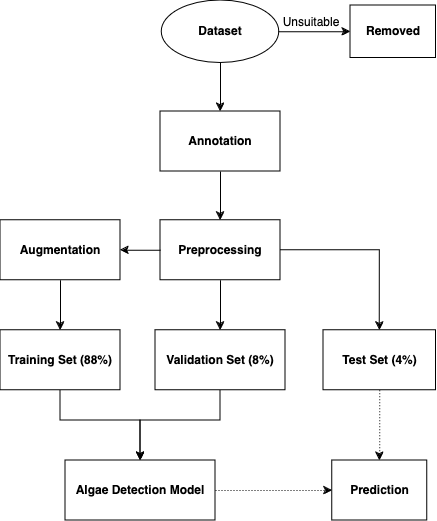
Earlier version of the draw.io export assets/diagrams/dataset_flowchart.png (lynkos/algae-detection). Source tidied: cells renumbered, new cells last; positions are measured from the earlier drawing's top-left corner, leaving out a move shared by most shapes. The source it was exported from:
```xml
<mxGraphModel>
  <root>
    <mxCell id="0" />
    <mxCell id="1" parent="0" />
    <mxCell id="2" value="&lt;b&gt;Dataset&lt;/b&gt;" style="ellipse;whiteSpace=wrap;html=1;" parent="1" vertex="1">
      <mxGeometry x="161.2" width="117.5" height="62.5" as="geometry" />
    </mxCell>
    <mxCell id="3" value="&lt;b&gt;Annotation&lt;/b&gt;" style="rounded=0;whiteSpace=wrap;html=1;" parent="1" vertex="1">
      <mxGeometry x="160" y="111" width="120" height="60" as="geometry" />
    </mxCell>
    <mxCell id="4" value="&lt;b&gt;Removed&lt;/b&gt;" style="rounded=0;whiteSpace=wrap;html=1;" parent="1" vertex="1">
      <mxGeometry x="350" y="5" width="85.5" height="52.5" as="geometry" />
    </mxCell>
    <mxCell id="5" value="&lt;div&gt;&lt;b&gt;Training Set (88%)&lt;/b&gt;&lt;/div&gt;" style="rounded=0;whiteSpace=wrap;html=1;" parent="1" vertex="1">
      <mxGeometry y="329.8" width="120" height="60" as="geometry" />
    </mxCell>
    <mxCell id="6" value="&lt;div&gt;&lt;b&gt;Validation Set (8%)&lt;/b&gt;&lt;/div&gt;" style="rounded=0;whiteSpace=wrap;html=1;" parent="1" vertex="1">
      <mxGeometry x="155" y="329.8" width="130" height="60" as="geometry" />
    </mxCell>
    <mxCell id="7" value="&lt;b&gt;Algae Detection Model&lt;/b&gt;" style="rounded=0;whiteSpace=wrap;html=1;" parent="1" vertex="1">
      <mxGeometry x="65" y="460" width="150" height="60" as="geometry" />
    </mxCell>
    <mxCell id="8" value="&lt;div&gt;&lt;b&gt;Test Set (4%)&lt;/b&gt;&lt;/div&gt;" style="rounded=0;whiteSpace=wrap;html=1;" parent="1" vertex="1">
      <mxGeometry x="323" y="329.8" width="112.5" height="60" as="geometry" />
    </mxCell>
    <mxCell id="9" value="&lt;b&gt;Prediction&lt;/b&gt;" style="rounded=0;whiteSpace=wrap;html=1;" parent="1" vertex="1">
      <mxGeometry x="331.8" y="460" width="95" height="60" as="geometry" />
    </mxCell>
    <mxCell id="10" style="endArrow=classic;html=1;rounded=0;exitX=0.5;exitY=1;exitDx=0;exitDy=0;entryX=0.5;entryY=0;entryDx=0;entryDy=0;" parent="1" edge="1" source="2" target="3">
      <mxGeometry relative="1" as="geometry" />
    </mxCell>
    <mxCell id="11" style="endArrow=classic;html=1;rounded=0;exitX=0.5;exitY=1;exitDx=0;exitDy=0;entryX=0.5;entryY=0;entryDx=0;entryDy=0;" parent="1" edge="1" source="3" target="16">
      <mxGeometry relative="1" as="geometry" />
    </mxCell>
    <mxCell id="12" style="endArrow=classic;html=1;rounded=0;exitX=1;exitY=0.5;exitDx=0;exitDy=0;entryX=0;entryY=0.5;entryDx=0;entryDy=0;" parent="1" edge="1" source="2" target="4">
      <mxGeometry relative="1" as="geometry" />
    </mxCell>
    <mxCell id="13" style="endArrow=classic;html=1;rounded=0;dashed=1;dashPattern=1 2;exitX=0.5;exitY=1;exitDx=0;exitDy=0;entryX=0.5;entryY=0;entryDx=0;entryDy=0;" parent="1" edge="1" source="8" target="9">
      <mxGeometry relative="1" as="geometry" />
    </mxCell>
    <mxCell id="14" style="endArrow=classic;html=1;rounded=0;exitX=1;exitY=0.5;exitDx=0;exitDy=0;entryX=0;entryY=0.5;entryDx=0;entryDy=0;dashed=1;dashPattern=1 2;" parent="1" edge="1" source="7" target="9">
      <mxGeometry relative="1" as="geometry" />
    </mxCell>
    <mxCell id="15" value="&lt;b&gt;Augmentation&lt;/b&gt;" style="rounded=0;whiteSpace=wrap;html=1;" parent="1" vertex="1">
      <mxGeometry y="219.8" width="120" height="60" as="geometry" />
    </mxCell>
    <mxCell id="16" value="&lt;b&gt;Preprocessing&lt;/b&gt;" style="rounded=0;whiteSpace=wrap;html=1;" parent="1" vertex="1">
      <mxGeometry x="160" y="219.8" width="120" height="60" as="geometry" />
    </mxCell>
    <mxCell id="17" value="Unsuitable" style="text;html=1;align=center;verticalAlign=middle;whiteSpace=wrap;rounded=0;" parent="1" vertex="1">
      <mxGeometry x="275.8" y="17" width="70" height="10" as="geometry" />
    </mxCell>
    <mxCell id="18" style="edgeStyle=segmentEdgeStyle;endArrow=classic;html=1;curved=0;rounded=0;endSize=6;startSize=6;exitX=1;exitY=0.5;exitDx=0;exitDy=0;entryX=0.5;entryY=0;entryDx=0;entryDy=0;" parent="1" edge="1" source="16" target="8">
      <mxGeometry relative="1" as="geometry" />
    </mxCell>
    <mxCell id="19" style="edgeStyle=elbowEdgeStyle;elbow=vertical;endArrow=classic;html=1;curved=0;rounded=0;endSize=6;startSize=6;entryX=0.5;entryY=0;entryDx=0;entryDy=0;exitX=0.5;exitY=1;exitDx=0;exitDy=0;" parent="1" edge="1" source="6" target="7">
      <mxGeometry relative="1" as="geometry">
        <Array as="points">
          <mxPoint x="180" y="420" />
        </Array>
      </mxGeometry>
    </mxCell>
    <mxCell id="20" style="edgeStyle=elbowEdgeStyle;elbow=vertical;endArrow=classic;html=1;curved=0;rounded=0;endSize=6;startSize=6;exitX=0.5;exitY=1;exitDx=0;exitDy=0;entryX=0.5;entryY=0;entryDx=0;entryDy=0;" parent="1" edge="1" source="5" target="7">
      <mxGeometry relative="1" as="geometry">
        <Array as="points">
          <mxPoint x="100" y="420" />
        </Array>
      </mxGeometry>
    </mxCell>
    <mxCell id="21" style="endArrow=classic;html=1;rounded=0;exitX=0.5;exitY=1;exitDx=0;exitDy=0;entryX=0.5;entryY=0;entryDx=0;entryDy=0;" parent="1" edge="1" source="15" target="5">
      <mxGeometry relative="1" as="geometry" />
    </mxCell>
    <mxCell id="22" style="endArrow=classic;html=1;rounded=0;exitX=0.5;exitY=1;exitDx=0;exitDy=0;entryX=0.5;entryY=0;entryDx=0;entryDy=0;" parent="1" edge="1" source="16" target="6">
      <mxGeometry relative="1" as="geometry" />
    </mxCell>
    <mxCell id="23" style="endArrow=classic;html=1;rounded=0;exitX=0;exitY=0.5;exitDx=0;exitDy=0;entryX=1;entryY=0.5;entryDx=0;entryDy=0;" parent="1" edge="1" source="16" target="15">
      <mxGeometry relative="1" as="geometry" />
    </mxCell>
  </root>
</mxGraphModel>
```
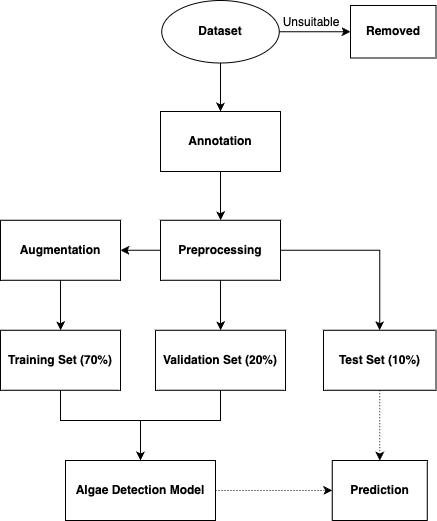
Later version of the same file.

Commit message:
Fix dataset flowchart

What changed in the source:
```diff
@@ -1,4 +1,4 @@
-<mxGraphModel>
+<mxGraphModel background="#ffffff">
   <root>
     <mxCell id="0" />
     <mxCell id="1" parent="0" />
@@ -11,16 +11,16 @@
     <mxCell id="4" value="&lt;b&gt;Removed&lt;/b&gt;" style="rounded=0;whiteSpace=wrap;html=1;" parent="1" vertex="1">
       <mxGeometry x="350" y="5" width="85.5" height="52.5" as="geometry" />
     </mxCell>
-    <mxCell id="5" value="&lt;div&gt;&lt;b&gt;Training Set (88%)&lt;/b&gt;&lt;/div&gt;" style="rounded=0;whiteSpace=wrap;html=1;" parent="1" vertex="1">
+    <mxCell id="5" value="&lt;div&gt;&lt;b&gt;Training Set (70%)&lt;/b&gt;&lt;/div&gt;" style="rounded=0;whiteSpace=wrap;html=1;" parent="1" vertex="1">
       <mxGeometry y="329.8" width="120" height="60" as="geometry" />
     </mxCell>
-    <mxCell id="6" value="&lt;div&gt;&lt;b&gt;Validation Set (8%)&lt;/b&gt;&lt;/div&gt;" style="rounded=0;whiteSpace=wrap;html=1;" parent="1" vertex="1">
+    <mxCell id="6" value="&lt;div&gt;&lt;b&gt;Validation Set (20%)&lt;/b&gt;&lt;/div&gt;" style="rounded=0;whiteSpace=wrap;html=1;" parent="1" vertex="1">
       <mxGeometry x="155" y="329.8" width="130" height="60" as="geometry" />
     </mxCell>
     <mxCell id="7" value="&lt;b&gt;Algae Detection Model&lt;/b&gt;" style="rounded=0;whiteSpace=wrap;html=1;" parent="1" vertex="1">
       <mxGeometry x="65" y="460" width="150" height="60" as="geometry" />
     </mxCell>
-    <mxCell id="8" value="&lt;div&gt;&lt;b&gt;Test Set (4%)&lt;/b&gt;&lt;/div&gt;" style="rounded=0;whiteSpace=wrap;html=1;" parent="1" vertex="1">
+    <mxCell id="8" value="&lt;div&gt;&lt;b&gt;Test Set (10%)&lt;/b&gt;&lt;/div&gt;" style="rounded=0;whiteSpace=wrap;html=1;" parent="1" vertex="1">
       <mxGeometry x="323" y="329.8" width="112.5" height="60" as="geometry" />
     </mxCell>
     <mxCell id="9" value="&lt;b&gt;Prediction&lt;/b&gt;" style="rounded=0;whiteSpace=wrap;html=1;" parent="1" vertex="1">
```
